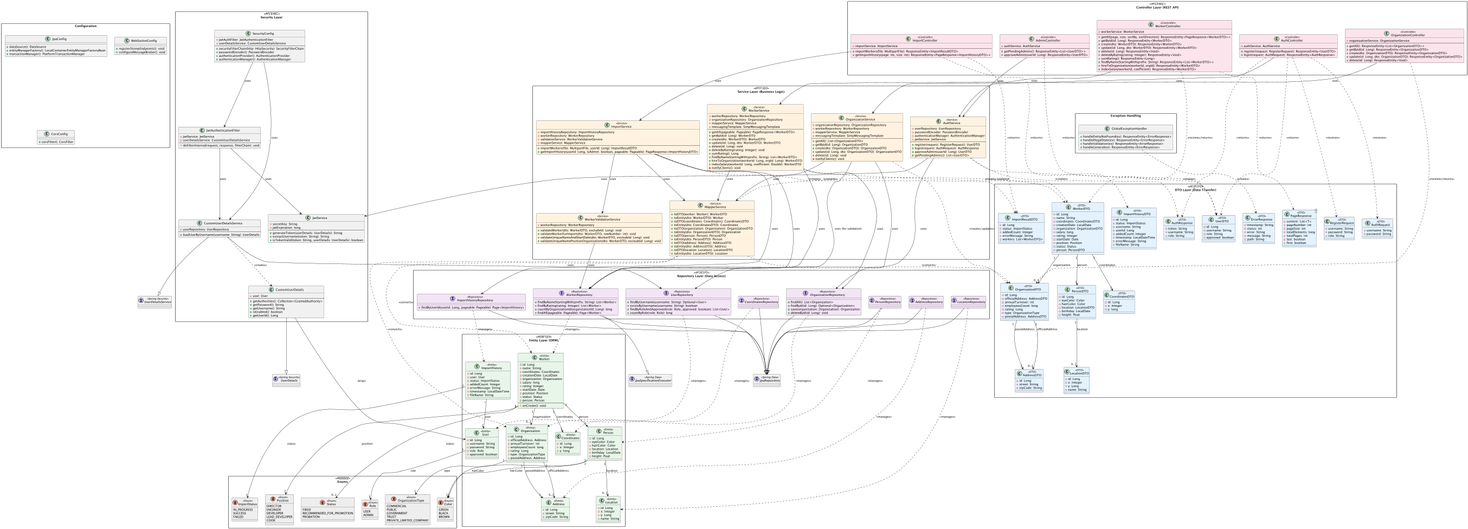
Earlier version of the PlantUML export backend/Worker_Management_System___Class_Diagram.png (mike-yasnov/is-lab-3).
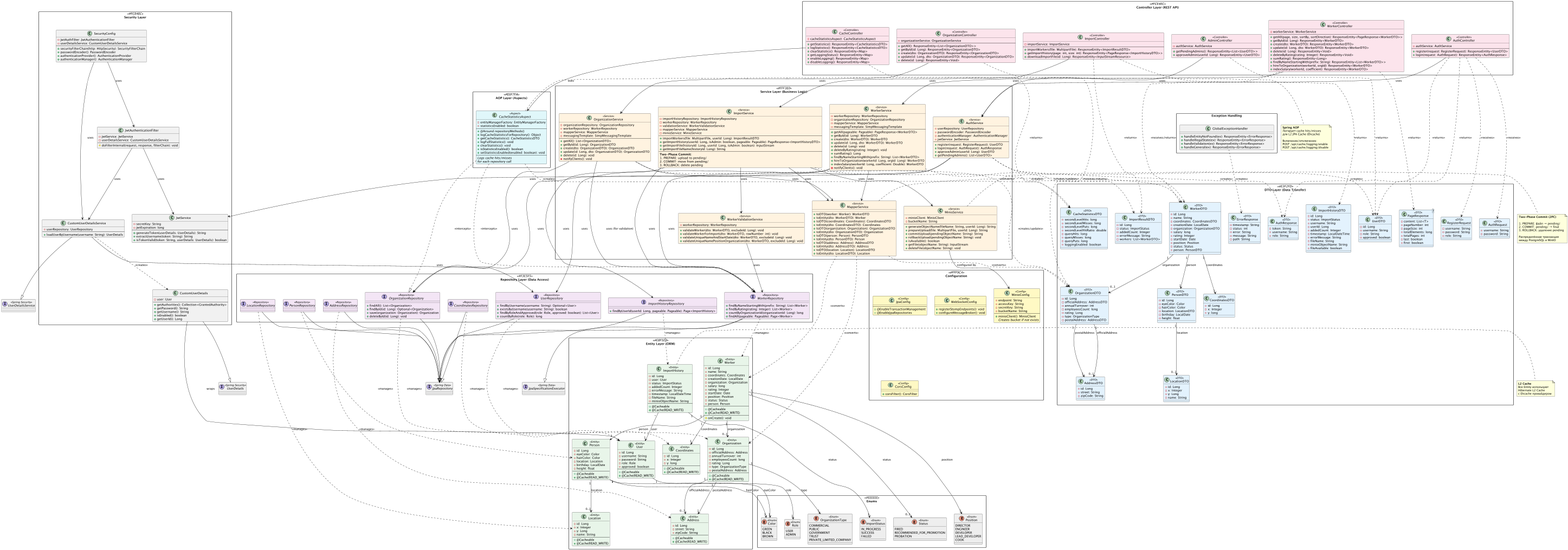
Above is the later version.

The edit, as a diff of the source:
```diff
@@ -5,6 +5,8 @@
 !define REPOSITORY_COLOR #F3E5F5
 !define CONTROLLER_COLOR #FCE4EC
 !define ENUM_COLOR #EEEEEE
+!define CONFIG_COLOR #FFF9C4
+!define AOP_COLOR #E0F7FA
 
 skinparam class {
     BackgroundColor<<Entity>> ENTITY_COLOR
@@ -13,6 +15,8 @@
     BackgroundColor<<Repository>> REPOSITORY_COLOR
     BackgroundColor<<Controller>> CONTROLLER_COLOR
     BackgroundColor<<Enum>> ENUM_COLOR
+    BackgroundColor<<Config>> CONFIG_COLOR
+    BackgroundColor<<Aspect>> AOP_COLOR
     BorderColor Black
     ArrowColor Black
 }
@@ -34,6 +38,9 @@
         - status: Status
         - person: Person
         --
+        + @Cacheable
+        + @Cache(READ_WRITE)
+        --
         # onCreate(): void
     }
 
@@ -45,6 +52,9 @@
         - rating: Long
         - type: OrganizationType
         - postalAddress: Address
+        --
+        + @Cacheable
+        + @Cache(READ_WRITE)
     }
 
     class Person <<Entity>> {
@@ -54,12 +64,18 @@
         - location: Location
         - birthday: LocalDate
         - height: float
+        --
+        + @Cacheable
+        + @Cache(READ_WRITE)
     }
 
     class Coordinates <<Entity>> {
         - id: Long
         - x: Integer
         - y: long
+        --
+        + @Cacheable
+        + @Cache(READ_WRITE)
     }
 
     class Location <<Entity>> {
@@ -67,12 +83,18 @@
         - x: Integer
         - y: Long
         - name: String
+        --
+        + @Cacheable
+        + @Cache(READ_WRITE)
     }
 
     class Address <<Entity>> {
         - id: Long
         - street: String
         - zipCode: String
+        --
+        + @Cacheable
+        + @Cache(READ_WRITE)
     }
 
     class User <<Entity>> {
@@ -81,6 +103,9 @@
         - password: String
         - role: Role
         - approved: boolean
+        --
+        + @Cacheable
+        + @Cache(READ_WRITE)
     }
 
     class ImportHistory <<Entity>> {
@@ -91,6 +116,10 @@
         - errorMessage: String
         - timestamp: LocalDateTime
         - fileName: String
+        - minioObjectName: String
+        --
+        + @Cacheable
+        + @Cache(READ_WRITE)
     }
 }
 
@@ -241,6 +270,8 @@
         - timestamp: LocalDateTime
         - errorMessage: String
         - fileName: String
+        - minioObjectName: String
+        - fileAvailable: boolean
     }
 
     class ImportResultDTO <<DTO>> {
@@ -249,6 +280,17 @@
         - addedCount: Integer
         - errorMessage: String
         - workers: List<WorkerDTO>
+    }
+
+    class CacheStatisticsDTO <<DTO>> {
+        - secondLevelHits: long
+        - secondLevelMisses: long
+        - secondLevelPuts: long
+        - secondLevelHitRatio: double
+        - queryHits: long
+        - queryMisses: long
+        - queryPuts: long
+        - loggingEnabled: boolean
     }
 }
 
@@ -359,9 +401,17 @@
         - workerRepository: WorkerRepository
         - validationService: WorkerValidationService
         - mapperService: MapperService
+        - minioService: MinioService
         --
         + importWorkers(file: MultipartFile, userId: Long): ImportResultDTO
         + getImportHistory(userId: Long, isAdmin: boolean, pageable: Pageable): PageResponse<ImportHistoryDTO>
+        + getImportFile(historyId: Long, userId: Long, isAdmin: boolean): InputStream
+        + getImportFileName(historyId: Long): String
+        --
+        <b>Two-Phase Commit:</b>
+        1. PREPARE: upload to pending/
+        2. COMMIT: move from pending/
+        3. ROLLBACK: delete pending
     }
 
     class WorkerValidationService <<Service>> {
@@ -371,6 +421,38 @@
         + validateWorkerForImport(dto: WorkerDTO, rowNumber: int): void
         + validateUniqueNameAndStartDate(dto: WorkerDTO, excludeId: Long): void
         + validateUniqueNamePositionOrganization(dto: WorkerDTO, excludeId: Long): void
+    }
+
+    class MinioService <<Service>> {
+        - minioClient: MinioClient
+        - bucketName: String
+        --
+        + generateObjectName(fileName: String, userId: Long): String
+        + prepareUpload(file: MultipartFile, userId: Long): String
+        + commitUpload(pendingObjectName: String): String
+        + rollbackUpload(pendingObjectName: String): void
+        + isAvailable(): boolean
+        + getFile(objectName: String): InputStream
+        + deleteFile(objectName: String): void
+    }
+}
+
+package "AOP Layer (Aspects)" <<AOP_COLOR>> {
+
+    class CacheStatisticsAspect <<Aspect>> {
+        - entityManagerFactory: EntityManagerFactory
+        - statisticsEnabled: boolean
+        --
+        + @Around repositoryMethods()
+        + logCacheStatisticsForRepository(): Object
+        + getCacheStatistics(): CacheStatisticsDTO
+        + logFullStatistics(): void
+        + clearStatistics(): void
+        + isStatisticsEnabled(): boolean
+        + setStatisticsEnabled(enabled: boolean): void
+        --
+        <i>Logs cache hits/misses</i>
+        <i>for each repository call</i>
     }
 }
 
@@ -420,6 +502,18 @@
         --
         + importWorkers(file: MultipartFile): ResponseEntity<ImportResultDTO>
         + getImportHistory(page: int, size: int): ResponseEntity<PageResponse<ImportHistoryDTO>>
+        + downloadImportFile(id: Long): ResponseEntity<InputStreamResource>
+    }
+
+    class CacheController <<Controller>> {
+        - cacheStatisticsAspect: CacheStatisticsAspect
+        --
+        + getStatistics(): ResponseEntity<CacheStatisticsDTO>
+        + logStatistics(): ResponseEntity<CacheStatisticsDTO>
+        + clearStatistics(): ResponseEntity<Map>
+        + getLoggingStatus(): ResponseEntity<Map>
+        + enableLogging(): ResponseEntity<Map>
+        + disableLogging(): ResponseEntity<Map>
     }
 }
 
@@ -477,20 +571,30 @@
     }
 }
 
-package "Configuration" {
-    class JpaConfig {
-        + dataSource(): DataSource
-        + entityManagerFactory(): LocalContainerEntityManagerFactoryBean
-        + transactionManager(): PlatformTransactionManager
+package "Configuration" <<CONFIG_COLOR>> {
+    class JpaConfig <<Config>> {
+        --
+        + @EnableTransactionManagement
+        + @EnableJpaRepositories
     }
 
-    class WebSocketConfig {
+    class WebSocketConfig <<Config>> {
         + registerStompEndpoints(): void
         + configureMessageBroker(): void
     }
 
-    class CorsConfig {
+    class CorsConfig <<Config>> {
         + corsFilter(): CorsFilter
+    }
+
+    class MinioConfig <<Config>> {
+        - endpoint: String
+        - accessKey: String
+        - secretKey: String
+        - bucketName: String
+        --
+        + minioClient(): MinioClient
+        <i>Creates bucket if not exists</i>
     }
 }
 
@@ -555,9 +659,16 @@
 ImportService --> WorkerRepository : uses
 ImportService --> WorkerValidationService : uses
 ImportService --> MapperService : uses
+ImportService --> MinioService : uses
 ImportService ..> ImportResultDTO : <<creates>>
 
+MinioService --> MinioConfig : configured by
+
 WorkerValidationService --> WorkerRepository : uses
+
+CacheStatisticsAspect ..> CacheStatisticsDTO : <<creates>>
+CacheStatisticsAspect ..|> WorkerRepository : <<intercepts>>
+CacheStatisticsAspect ..|> OrganizationRepository : <<intercepts>>
 
 SecurityConfig --> JwtAuthenticationFilter : uses
 SecurityConfig --> CustomUserDetailsService : uses
@@ -590,6 +701,9 @@
 ImportController ..> ImportResultDTO : <<returns>>
 ImportController ..> ImportHistoryDTO : <<returns>>
 
+CacheController --> CacheStatisticsAspect : uses
+CacheController ..> CacheStatisticsDTO : <<returns>>
+
 GlobalExceptionHandler ..> ErrorResponse : <<creates>>
 
 WorkerRepository --|> JpaRepository
@@ -610,6 +724,32 @@
 CustomUserDetails --|> UserDetails
 CustomUserDetailsService --|> UserDetailsService
 
+note right of CacheStatisticsAspect
+  <b>Spring AOP</b>
+  Логирует cache hits/misses
+  для L2 JPA Cache (Ehcache)
 
+  Включение/отключение:
+  POST /api/cache/logging/enable
+  POST /api/cache/logging/disable
+end note
+
+note right of MinioService
+  <b>Two-Phase Commit (2PC)</b>
+
+  1. PREPARE: файл → pending/
+  2. COMMIT: pending/ → final
+  3. ROLLBACK: удаление pending
+
+  Распределённая транзакция
+  между PostgreSQL и MinIO
+end note
+
+note right of ImportHistory
+  <b>L2 Cache</b>
+  Все Entity используют
+  Hibernate L2 Cache
+  с Ehcache провайдером
+end note
 
 @enduml
```
